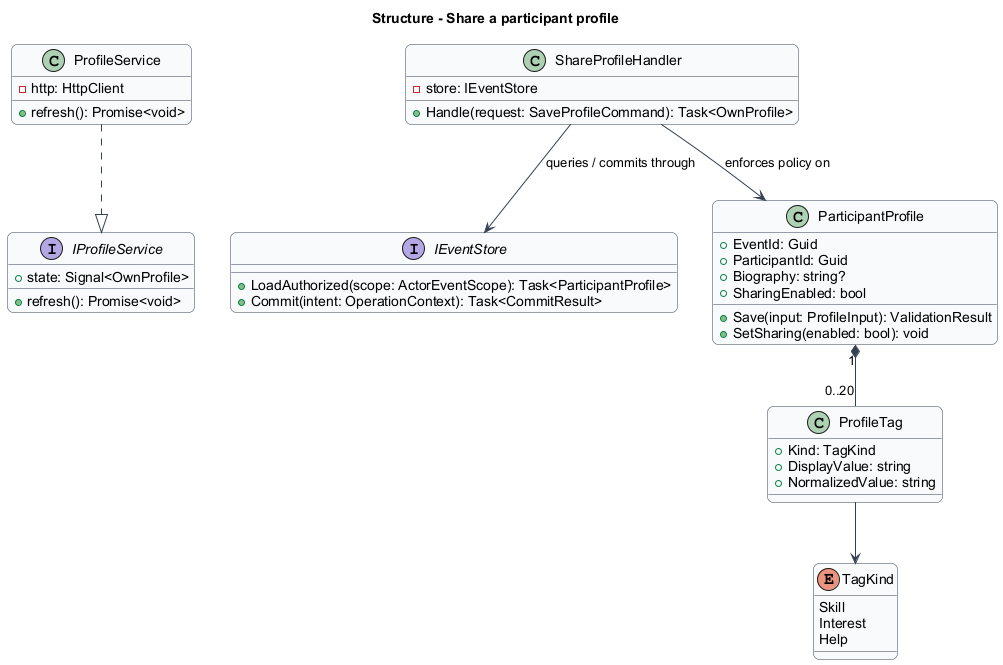
Before: docs/detailed-designs/community/share-profile/diagrams/classes.png, a diagram exported from PlantUML (QuinntyneBrown/faithtech-toronto-ai-build-event).
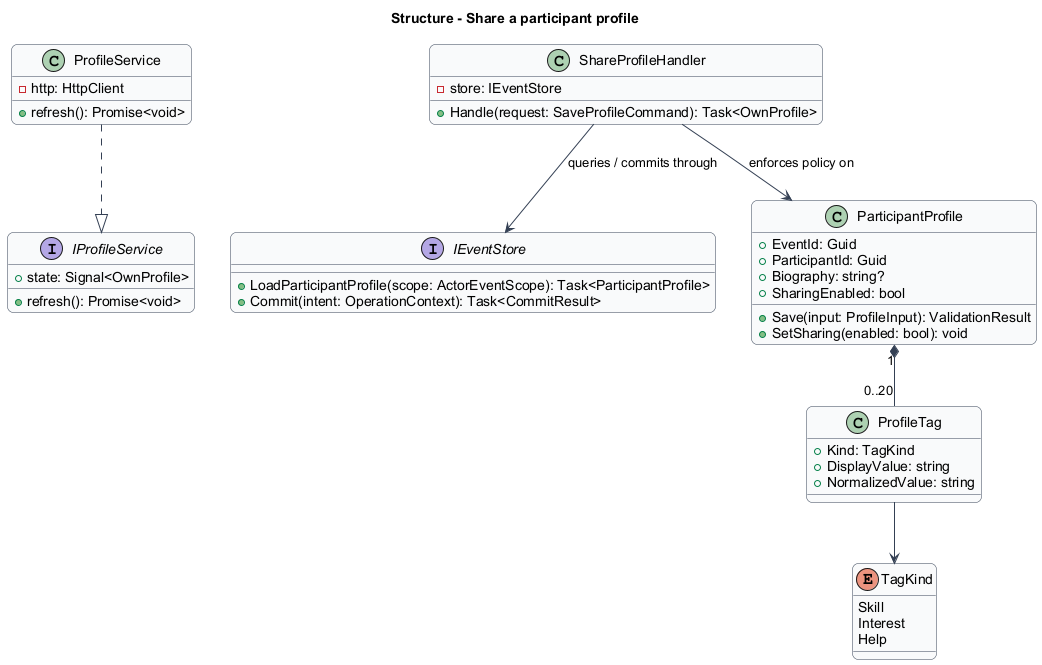
The same file after the commit.

Diff of the diagram source:
```diff
@@ -22,7 +22,7 @@
   +Handle(request: SaveProfileCommand): Task<OwnProfile>
 }
 interface IEventStore {
-  +LoadAuthorized(scope: ActorEventScope): Task<ParticipantProfile>
+  +LoadParticipantProfile(scope: ActorEventScope): Task<ParticipantProfile>
   +Commit(intent: OperationContext): Task<CommitResult>
 }
 class ParticipantProfile {
```
